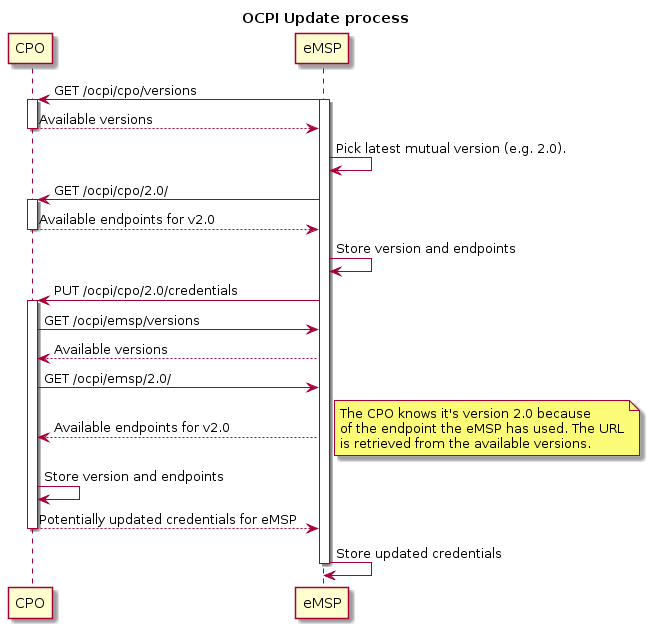
The PlantUML diagram data/update-sequence.png in ocpi/ocpi, before a commit.
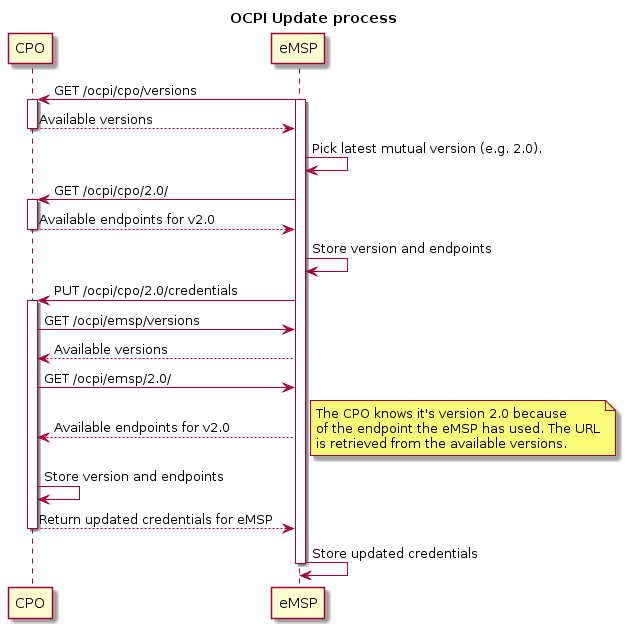
The same diagram one commit later.

Commit message:
Update sequence diagram to allow updating of credentials

What changed in the source:
```diff
@@ -29,7 +29,7 @@
     is retrieved from the available versions.
 end note
 CPO -> CPO: Store version and endpoints
-CPO --> eMSP: Potentially updated credentials for eMSP
+CPO --> eMSP: Return updated credentials for eMSP
 deactivate CPO
 
 eMSP -> eMSP: Store updated credentials
```
